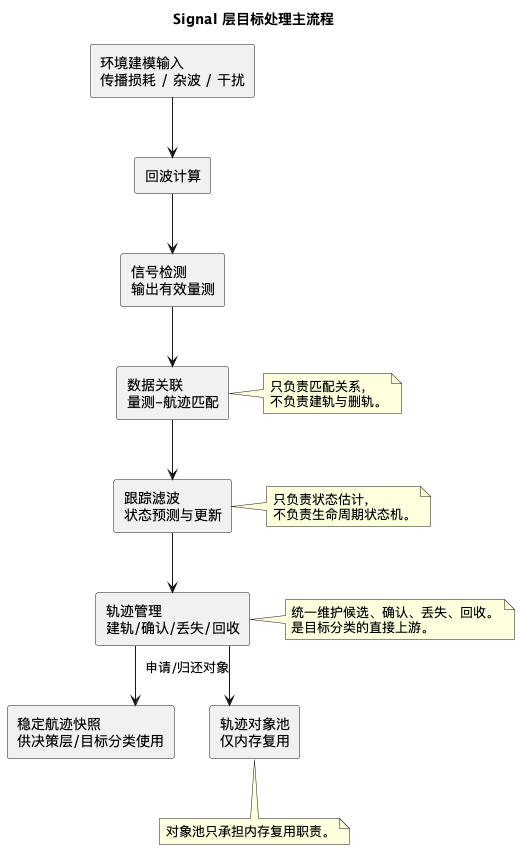
Before: doc/signal/signal-processing-flow.png, a diagram exported from PlantUML (boilwater-3/1q). The source it was exported from:
```plantuml
@startuml signal-processing-flow
skinparam linetype ortho
skinparam packageStyle rectangle
skinparam defaultFontName sans-serif

title Signal 层目标处理主流程

rectangle "环境建模输入\n传播损耗 / 杂波 / 干扰" as ENV
rectangle "回波计算" as ECHO
rectangle "信号检测\n输出有效量测" as DETECT
rectangle "数据关联\n量测-航迹匹配" as ASSOC
rectangle "跟踪滤波\n状态预测与更新" as FILTER
rectangle "轨迹管理\n建轨/确认/丢失/回收" as LIFECYCLE
rectangle "稳定航迹快照\n供决策层/目标分类使用" as SNAPSHOT
rectangle "轨迹对象池\n仅内存复用" as POOL

ENV --> ECHO
ECHO --> DETECT
DETECT --> ASSOC
ASSOC --> FILTER
FILTER --> LIFECYCLE
LIFECYCLE --> SNAPSHOT
LIFECYCLE --> POOL : 申请/归还对象

note right of ASSOC
只负责匹配关系，
不负责建轨与删轨。
end note

note right of FILTER
只负责状态估计，
不负责生命周期状态机。
end note

note right of LIFECYCLE
统一维护候选、确认、丢失、回收。
是目标分类的直接上游。
end note

note bottom of POOL
对象池只承担内存复用职责。
end note

@enduml
```
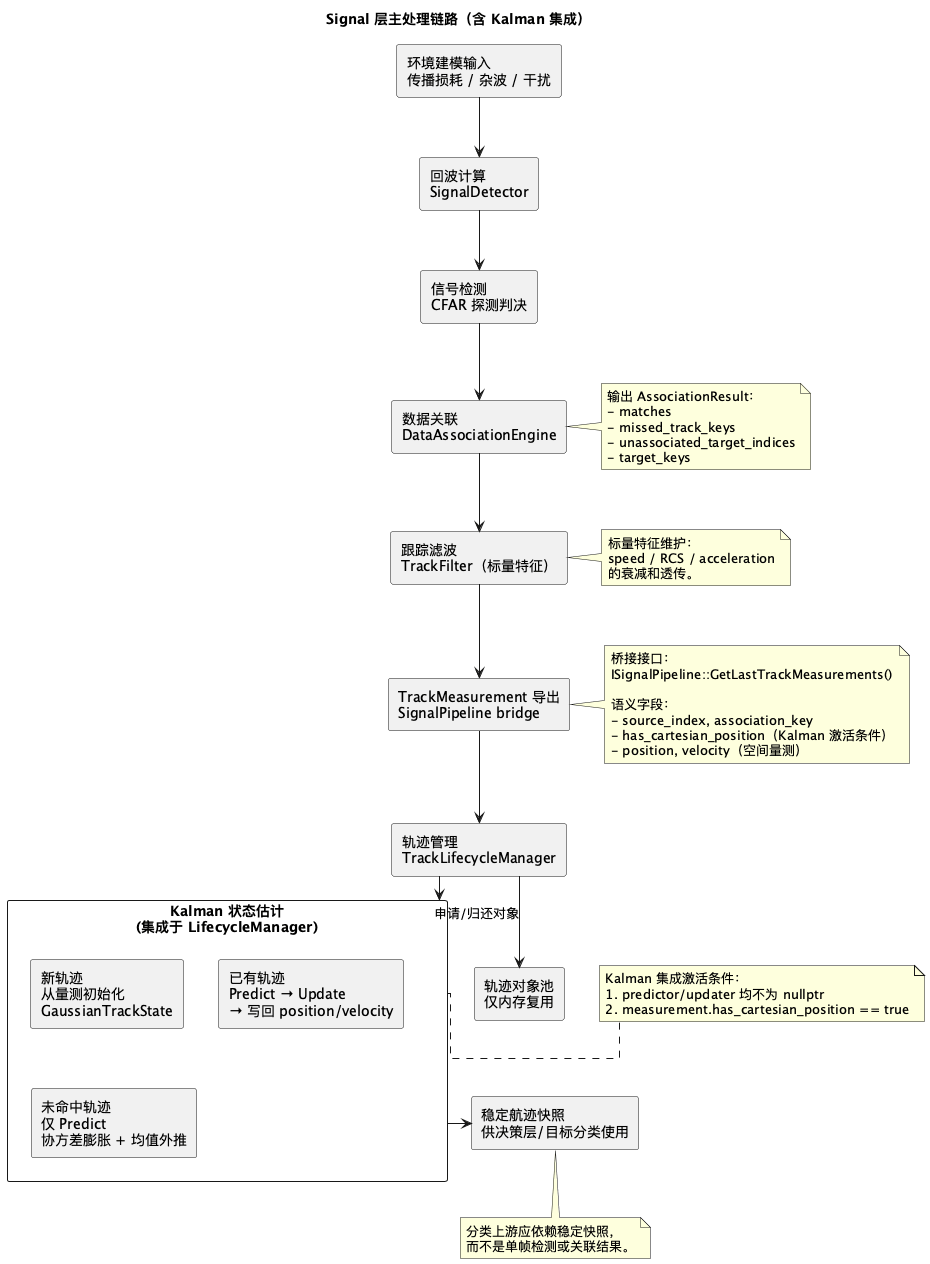
The same diagram one commit later.

What changed in the source:
```diff
@@ -3,14 +3,22 @@
 skinparam packageStyle rectangle
 skinparam defaultFontName sans-serif
 
-title Signal 层目标处理主流程
+title Signal 层主处理链路（含 Kalman 集成）
 
 rectangle "环境建模输入\n传播损耗 / 杂波 / 干扰" as ENV
-rectangle "回波计算" as ECHO
-rectangle "信号检测\n输出有效量测" as DETECT
-rectangle "数据关联\n量测-航迹匹配" as ASSOC
-rectangle "跟踪滤波\n状态预测与更新" as FILTER
-rectangle "轨迹管理\n建轨/确认/丢失/回收" as LIFECYCLE
+rectangle "回波计算\nSignalDetector" as ECHO
+rectangle "信号检测\nCFAR 探测判决" as DETECT
+rectangle "数据关联\nDataAssociationEngine" as ASSOC
+rectangle "跟踪滤波\nTrackFilter（标量特征）" as FILTER
+rectangle "TrackMeasurement 导出\nSignalPipeline bridge" as MEAS
+rectangle "轨迹管理\nTrackLifecycleManager" as LIFECYCLE
+
+rectangle "Kalman 状态估计\n(集成于 LifecycleManager)" as KALMAN {
+  rectangle "新轨迹\n从量测初始化\nGaussianTrackState" as INIT
+  rectangle "已有轨迹\nPredict → Update\n→ 写回 position/velocity" as PU
+  rectangle "未命中轨迹\n仅 Predict\n协方差膨胀 + 均值外推" as PRED_ONLY
+}
+
 rectangle "稳定航迹快照\n供决策层/目标分类使用" as SNAPSHOT
 rectangle "轨迹对象池\n仅内存复用" as POOL
 
@@ -18,27 +26,45 @@
 ECHO --> DETECT
 DETECT --> ASSOC
 ASSOC --> FILTER
-FILTER --> LIFECYCLE
-LIFECYCLE --> SNAPSHOT
+FILTER --> MEAS
+MEAS --> LIFECYCLE
+LIFECYCLE --> KALMAN
+KALMAN --> SNAPSHOT
 LIFECYCLE --> POOL : 申请/归还对象
 
 note right of ASSOC
-只负责匹配关系，
-不负责建轨与删轨。
+  输出 AssociationResult：
+  - matches
+  - missed_track_keys
+  - unassociated_target_indices
+  - target_keys
 end note
 
 note right of FILTER
-只负责状态估计，
-不负责生命周期状态机。
+  标量特征维护：
+  speed / RCS / acceleration
+  的衰减和透传。
 end note
 
-note right of LIFECYCLE
-统一维护候选、确认、丢失、回收。
-是目标分类的直接上游。
+note right of MEAS
+  桥接接口：
+  ISignalPipeline::GetLastTrackMeasurements()
+
+  语义字段：
+  - source_index, association_key
+  - has_cartesian_position（Kalman 激活条件）
+  - position, velocity（空间量测）
 end note
 
-note bottom of POOL
-对象池只承担内存复用职责。
+note right of KALMAN
+  Kalman 集成激活条件：
+  1. predictor/updater 均不为 nullptr
+  2. measurement.has_cartesian_position == true
+end note
+
+note bottom of SNAPSHOT
+  分类上游应依赖稳定快照，
+  而不是单帧检测或关联结果。
 end note
 
 @enduml
```
